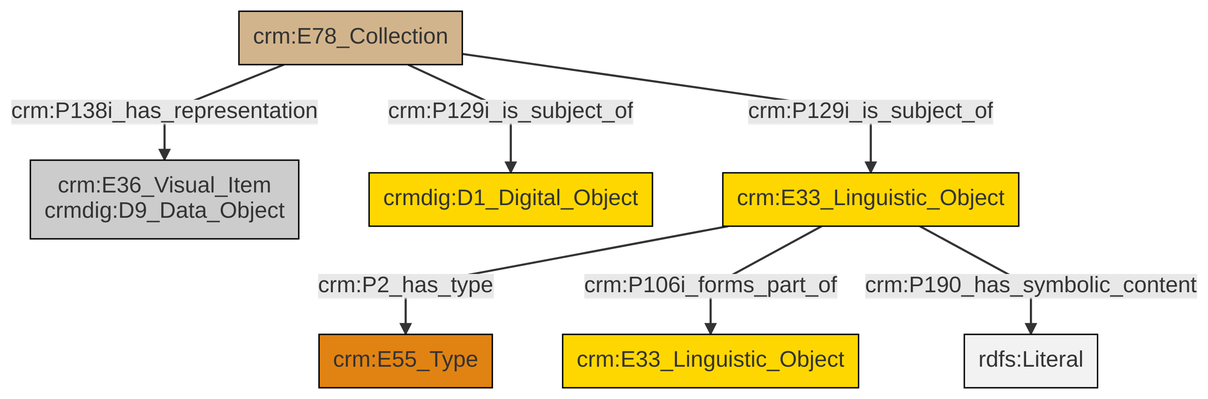
The Mermaid diagram et/archivalCSV/ttl/mmd/png/archival_docs.png in swiss-art-research-net/docs.swissartresearch, before a commit. Its source is kept beside it as et/archivalCSV/ttl/mmd/archival_docs.ttl.mmd.
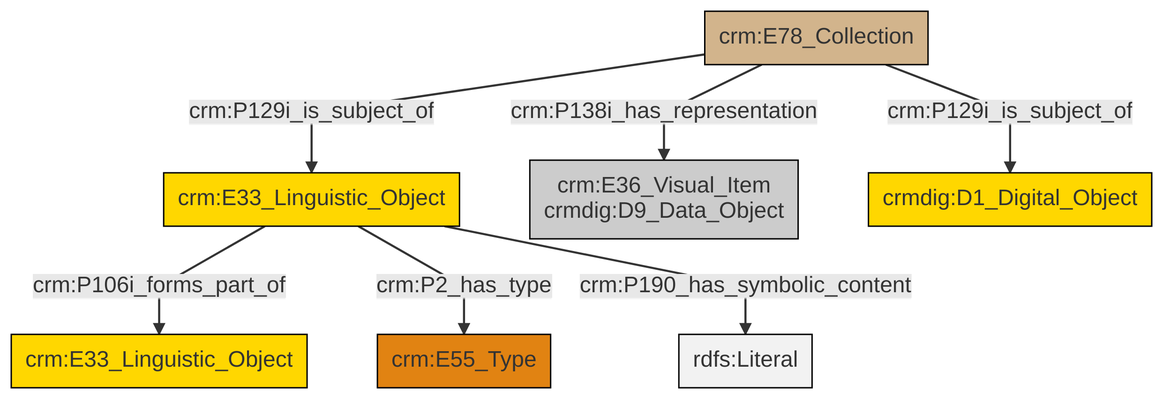
Above is the later version.

What changed in the source:
```diff
@@ -13,9 +13,9 @@
 classDef PC_Classes fill:#4ce600, stroke:#000000;
 classDef Multi fill:#cccccc,stroke:#000000;
 
-9["crm:E33_Linguistic_Object"]:::Conceptual_Object -->|crm:P2_has_type| 0["crm:E55_Type"]:::Type
-7["crm:E78_Collection"]:::Physical_Thing -->|crm:P129i_is_subject_of| 9["crm:E33_Linguistic_Object"]:::Conceptual_Object
-9["crm:E33_Linguistic_Object"]:::Conceptual_Object -->|crm:P106i_forms_part_of| 10["crm:E33_Linguistic_Object"]:::Conceptual_Object
-9["crm:E33_Linguistic_Object"]:::Conceptual_Object -->|crm:P190_has_symbolic_content| 12[rdfs:Literal]:::Literal
-7["crm:E78_Collection"]:::Physical_Thing -->|crm:P138i_has_representation| 2["crm:E36_Visual_Item<br>crmdig:D9_Data_Object"]:::Multi
-7["crm:E78_Collection"]:::Physical_Thing -->|crm:P129i_is_subject_of| 5["crmdig:D1_Digital_Object"]:::Conceptual_Object
+0["crm:E33_Linguistic_Object"]:::Conceptual_Object -->|crm:P106i_forms_part_of| 1["crm:E33_Linguistic_Object"]:::Conceptual_Object
+7["crm:E78_Collection"]:::Physical_Thing -->|crm:P138i_has_representation| 3["crm:E36_Visual_Item<br>crmdig:D9_Data_Object"]:::Multi
+0["crm:E33_Linguistic_Object"]:::Conceptual_Object -->|crm:P2_has_type| 5["crm:E55_Type"]:::Type
+0["crm:E33_Linguistic_Object"]:::Conceptual_Object -->|crm:P190_has_symbolic_content| 9[rdfs:Literal]:::Literal
+7["crm:E78_Collection"]:::Physical_Thing -->|crm:P129i_is_subject_of| 0["crm:E33_Linguistic_Object"]:::Conceptual_Object
+7["crm:E78_Collection"]:::Physical_Thing -->|crm:P129i_is_subject_of| 12["crmdig:D1_Digital_Object"]:::Conceptual_Object
```
